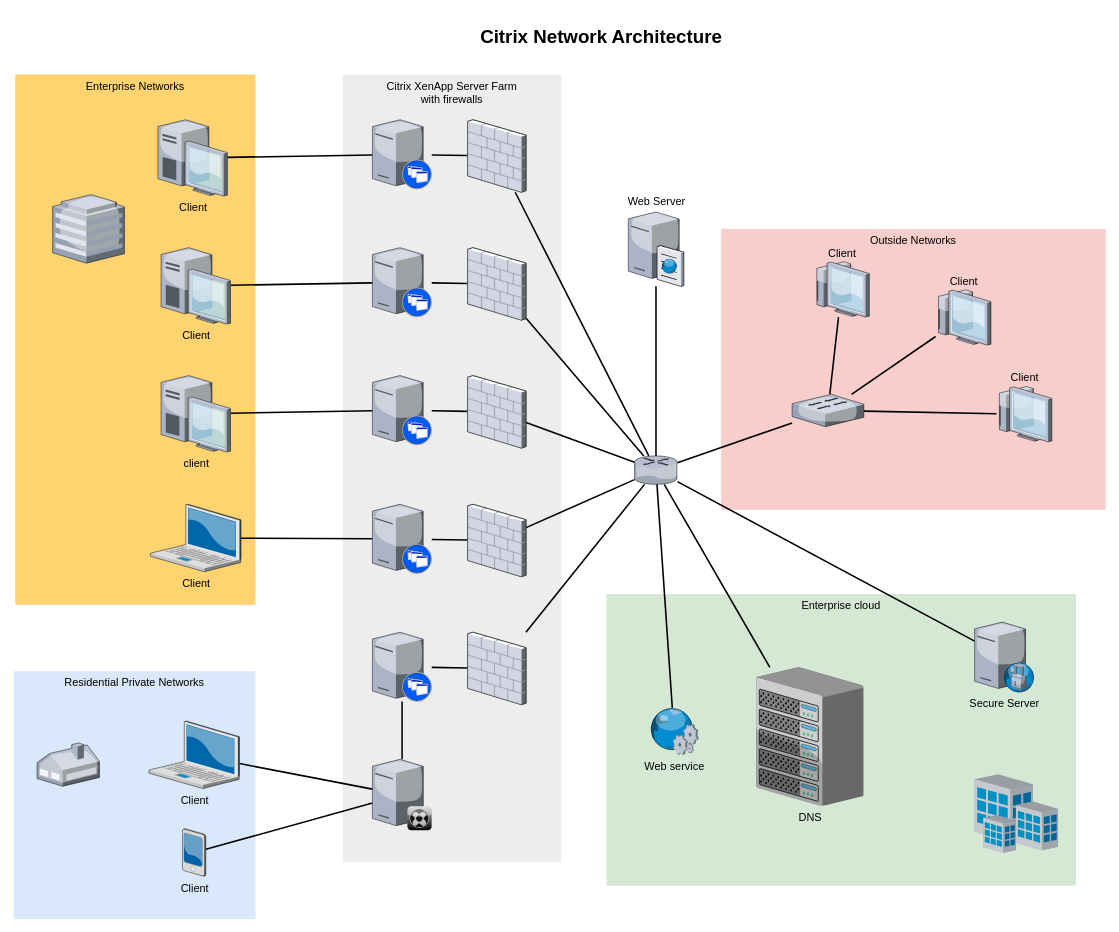
Earlier version of the draw.io diagram Untitled Diagram.drawio (seduardo/gwfs). Source tidied: cells renumbered, new cells numbered last; positions are measured from the earlier drawing's top-left corner, leaving out a move shared by most shapes. Both pictures are drawn from the tidied source at 78%, with x=0, y=0 at pixel (13, 21).
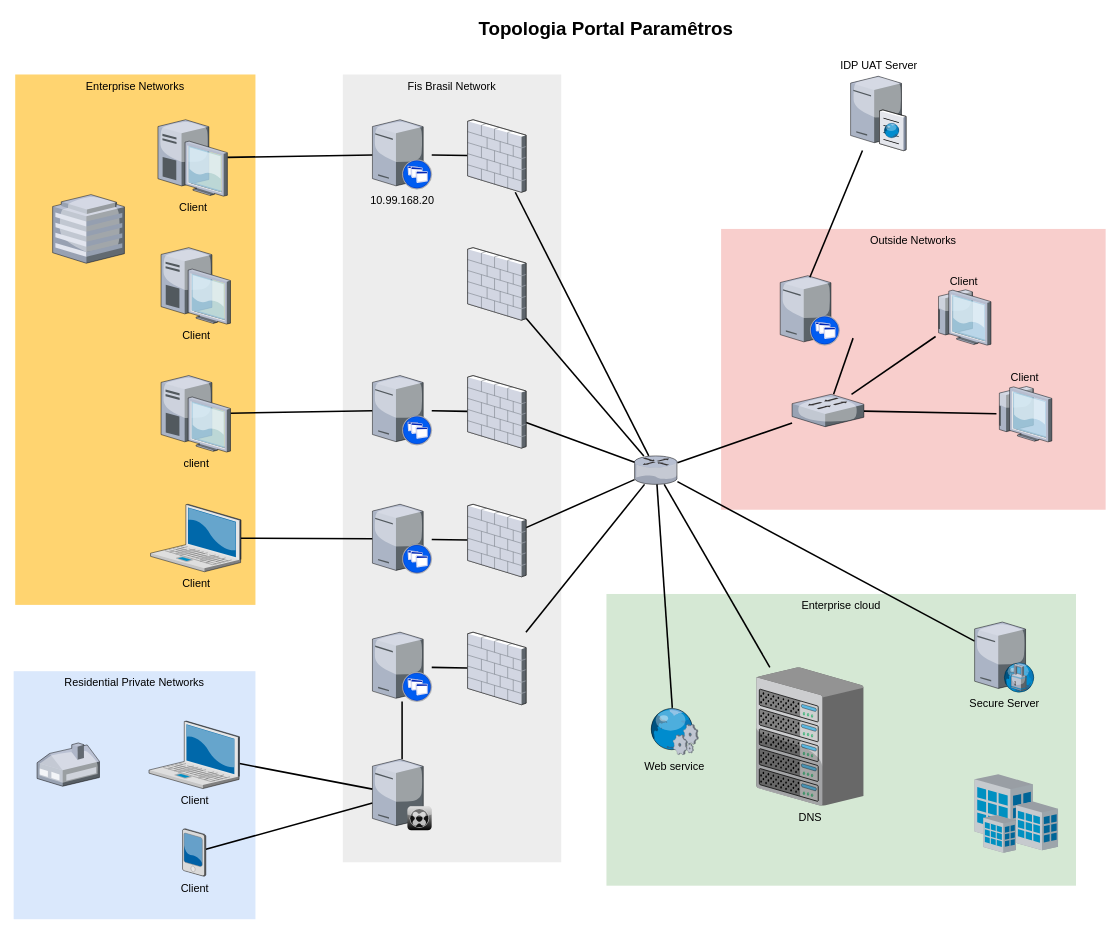
After the change.

The change refers to these unchanged cells:
```xml
<mxCell id="14" value="Client" style="verticalLabelPosition=bottom;html=1;verticalAlign=top;strokeColor=none;shape=mxgraph.citrix.desktop;fillColor=#66B2FF;gradientColor=#0066CC;fontSize=14;" parent="1" vertex="1">
  <mxGeometry x="189" y="290" width="89" height="98" as="geometry" />
</mxCell>
<mxCell id="33" style="verticalLabelPosition=bottom;html=1;verticalAlign=top;strokeColor=none;shape=mxgraph.citrix.router;fillColor=#66B2FF;gradientColor=#0066CC;fontSize=14;" parent="1" vertex="1">
  <mxGeometry x="796" y="557" width="55" height="36.5" as="geometry" />
</mxCell>
<mxCell id="41" style="verticalLabelPosition=bottom;html=1;verticalAlign=top;strokeColor=none;shape=mxgraph.citrix.firewall;fillColor=#66B2FF;gradientColor=#0066CC;fontSize=14;" parent="1" vertex="1">
  <mxGeometry x="582" y="290" width="75" height="93" as="geometry" />
</mxCell>
<mxCell id="54" style="verticalLabelPosition=bottom;html=1;verticalAlign=top;strokeColor=none;shape=mxgraph.citrix.switch;fillColor=#66B2FF;gradientColor=#0066CC;fontSize=14;" parent="1" vertex="1">
  <mxGeometry x="998" y="478" width="92" height="41.5" as="geometry" />
</mxCell>
```

What changed in the source:
```diff
@@
-    <mxCell id="4" value="Citrix XenApp Server Farm&lt;div&gt;with firewalls&lt;/div&gt;" style="whiteSpace=wrap;html=1;fillColor=#EDEDED;fontSize=14;strokeColor=none;verticalAlign=top;" parent="1" vertex="1">
+    <mxCell id="4" value="Fis Brasil Network" style="whiteSpace=wrap;html=1;fillColor=#EDEDED;fontSize=14;strokeColor=none;verticalAlign=top;" parent="1" vertex="1">
       <mxGeometry x="422" y="68" width="280" height="1010" as="geometry" />
     </mxCell>
@@
-    <mxCell id="13" style="edgeStyle=none;rounded=0;html=1;startSize=10;endSize=10;jettySize=auto;fontSize=14;endArrow=none;endFill=0;strokeWidth=2;" parent="1" edge="1" source="14" target="26">
-      <mxGeometry relative="1" as="geometry" />
-    </mxCell>
@@
-    <mxCell id="25" style="edgeStyle=none;rounded=0;html=1;startSize=10;endSize=10;jettySize=auto;fontSize=14;endArrow=none;endFill=0;strokeWidth=2;" parent="1" edge="1" source="26" target="41">
-      <mxGeometry relative="1" as="geometry" />
-    </mxCell>
     <mxCell id="26" style="verticalLabelPosition=bottom;html=1;verticalAlign=top;strokeColor=none;shape=mxgraph.citrix.xenapp_server;fillColor=#66B2FF;gradientColor=#0066CC;fontSize=14;" parent="1" vertex="1">
-      <mxGeometry x="460" y="290" width="76" height="89" as="geometry" />
+      <mxGeometry x="982.8" y="326" width="76" height="89" as="geometry" />
     </mxCell>
@@
-    <mxCell id="28" style="verticalLabelPosition=bottom;html=1;verticalAlign=top;strokeColor=none;shape=mxgraph.citrix.xenapp_server;fillColor=#66B2FF;gradientColor=#0066CC;fontSize=14;" parent="1" vertex="1">
+    <mxCell id="28" value="10.99.168.20" style="verticalLabelPosition=bottom;html=1;verticalAlign=top;strokeColor=none;shape=mxgraph.citrix.xenapp_server;fillColor=#66B2FF;gradientColor=#0066CC;fontSize=14;" parent="1" vertex="1">
       <mxGeometry x="460" y="126" width="76" height="89" as="geometry" />
     </mxCell>
@@
-    <mxCell id="30" style="edgeStyle=none;rounded=0;html=1;startSize=10;endSize=10;jettySize=auto;fontSize=14;endArrow=none;endFill=0;strokeWidth=2;" parent="1" edge="1" source="33" target="36">
+    <mxCell id="30" style="edgeStyle=none;rounded=0;html=1;startSize=10;endSize=10;jettySize=auto;fontSize=14;endArrow=none;endFill=0;strokeWidth=2;exitX=0.5;exitY=0.022;exitDx=0;exitDy=0;exitPerimeter=0;" parent="1" edge="1" source="26" target="36">
       <mxGeometry relative="1" as="geometry" />
     </mxCell>
@@
-    <mxCell id="36" value="Web Server" style="verticalLabelPosition=top;html=1;verticalAlign=bottom;strokeColor=none;shape=mxgraph.citrix.cache_server;fillColor=#66B2FF;gradientColor=#0066CC;fontSize=14;labelPosition=center;align=center;" parent="1" vertex="1">
-      <mxGeometry x="788" y="242" width="71" height="97.5" as="geometry" />
+    <mxCell id="36" value="IDP UAT Server" style="verticalLabelPosition=top;html=1;verticalAlign=bottom;strokeColor=none;shape=mxgraph.citrix.cache_server;fillColor=#66B2FF;fontSize=14;labelPosition=center;align=center;gradientDirection=south;gradientColor=#ffffff;" parent="1" vertex="1">
+      <mxGeometry x="1073" y="68" width="71" height="97.5" as="geometry" />
     </mxCell>
@@
-    <mxCell id="51" style="edgeStyle=none;rounded=0;html=1;startSize=10;endSize=10;jettySize=auto;fontSize=14;endArrow=none;endFill=0;strokeWidth=2;" parent="1" edge="1" source="54" target="57">
-      <mxGeometry relative="1" as="geometry" />
+    <mxCell id="51" style="edgeStyle=none;rounded=0;html=1;startSize=10;endSize=10;jettySize=auto;fontSize=14;endArrow=none;endFill=0;strokeWidth=2;" parent="1" edge="1" source="54">
+      <mxGeometry relative="1" as="geometry">
+        <mxPoint x="1076.2" y="406" as="targetPoint" />
+      </mxGeometry>
     </mxCell>
@@
-    <mxCell id="57" value="Client" style="verticalLabelPosition=top;html=1;verticalAlign=bottom;strokeColor=none;shape=mxgraph.citrix.thin_client;fillColor=#66B2FF;gradientColor=#0066CC;fontSize=14;labelPosition=center;align=center;" parent="1" vertex="1">
-      <mxGeometry x="1026" y="308" width="71" height="71" as="geometry" />
-    </mxCell>
@@
-    <mxCell id="61" value="Citrix Network Architecture" style="text;strokeColor=none;fillColor=none;html=1;fontSize=24;fontStyle=1;verticalAlign=middle;align=center;" parent="1" vertex="1">
-      <mxGeometry x="322" width="861" height="40" as="geometry" />
+    <mxCell id="61" value="Topologia Portal Paramêtros" style="text;strokeColor=none;fillColor=none;html=1;fontSize=24;fontStyle=1;verticalAlign=middle;align=center;" parent="1" vertex="1">
+      <mxGeometry x="328" y="-10" width="861" height="40" as="geometry" />
     </mxCell>
```
